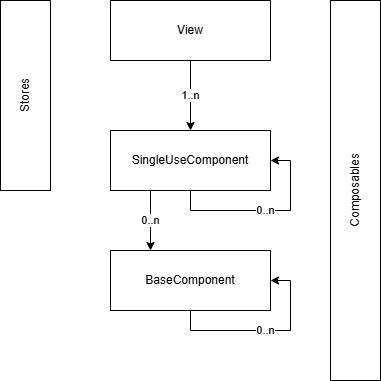
Above: docs/src/public/newFrontendArchitecture.drawio.png in it-at-m/Wahllokalsystem (draw.io), before the change. Source tidied: cells renumbered, new cells last; positions are measured from the earlier drawing's top-left corner, leaving out a move shared by most shapes.
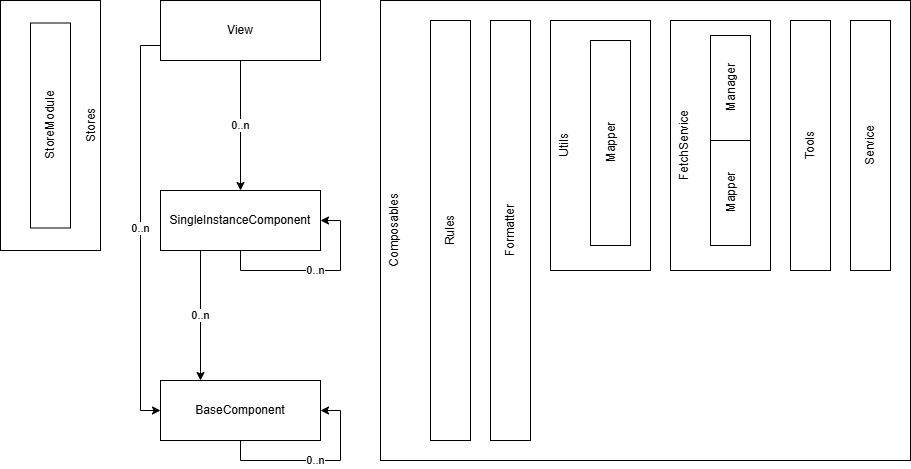
The same diagram one commit later.

What changed in the source:
```diff
@@ -2,35 +2,73 @@
   <root>
     <mxCell id="0" />
     <mxCell id="1" parent="0" />
+    <mxCell id="3" value="Stores" style="rounded=0;whiteSpace=wrap;html=1;horizontal=0;align=center;verticalAlign=bottom;" parent="1" vertex="1">
+      <mxGeometry x="-70" y="-210" width="100" height="250" as="geometry" />
+    </mxCell>
+    <mxCell id="12" value="StoreModule" style="rounded=0;whiteSpace=wrap;html=1;direction=west;align=center;verticalAlign=middle;horizontal=0;" parent="3" vertex="1">
+      <mxGeometry x="30" y="22.5" width="40" height="205" as="geometry" />
+    </mxCell>
+    <mxCell id="13" style="group;" parent="1" vertex="1">
+      <mxGeometry x="90" y="-150" width="160" height="310" as="geometry" />
+    </mxCell>
+    <mxCell id="14" value="SingleInstanceComponent" style="rounded=0;whiteSpace=wrap;html=1;" parent="13" vertex="1">
+      <mxGeometry y="130" width="160" height="60" as="geometry" />
+    </mxCell>
+    <mxCell id="15" value="0..n" style="edgeStyle=orthogonalEdgeStyle;rounded=0;orthogonalLoop=1;jettySize=auto;html=1;exitX=0.5;exitY=1;exitDx=0;exitDy=0;entryX=1;entryY=0.5;entryDx=0;entryDy=0;" parent="13" edge="1" source="14" target="14">
+      <mxGeometry relative="1" as="geometry" />
+    </mxCell>
-    <mxCell id="2" value="Composables" style="rounded=0;whiteSpace=wrap;html=1;direction=west;align=center;verticalAlign=middle;horizontal=0;" parent="1" vertex="1">
-      <mxGeometry x="330" width="50" height="380" as="geometry" />
+    <mxCell id="2" value="&lt;span style=&quot;text-align: left;&quot;&gt;Composables&lt;/span&gt;" style="rounded=0;whiteSpace=wrap;html=1;horizontal=0;align=center;verticalAlign=top;" parent="1" vertex="1">
+      <mxGeometry x="310" y="-210" width="530" height="460" as="geometry" />
     </mxCell>
-    <mxCell id="3" value="Stores" style="rounded=0;whiteSpace=wrap;html=1;horizontal=0;" parent="1" vertex="1">
-      <mxGeometry width="50" height="190" as="geometry" />
-    </mxCell>
-    <mxCell id="4" style="group;" parent="1" vertex="1">
-      <mxGeometry x="110" width="160" height="310" as="geometry" />
-    </mxCell>
-    <mxCell id="5" value="1..n" style="edgeStyle=orthogonalEdgeStyle;rounded=0;jettySize=auto;html=1;exitX=0.5;exitY=1;exitDx=0;exitDy=0;entryX=0.5;entryY=0;entryDx=0;entryDy=0;" parent="4" edge="1" source="6" target="8">
-      <mxGeometry relative="1" as="geometry" />
-    </mxCell>
-    <mxCell id="6" value="View" style="rounded=0;whiteSpace=wrap;html=1;" parent="4" vertex="1">
-      <mxGeometry width="160" height="60" as="geometry" />
-    </mxCell>
-    <mxCell id="7" value="0..n" style="edgeStyle=orthogonalEdgeStyle;rounded=0;jettySize=auto;html=1;exitX=0.25;exitY=1;exitDx=0;exitDy=0;entryX=0.25;entryY=0;entryDx=0;entryDy=0;" parent="4" edge="1" source="8" target="10">
-      <mxGeometry relative="1" as="geometry" />
-    </mxCell>
-    <mxCell id="8" value="SingleUseComponent" style="rounded=0;whiteSpace=wrap;html=1;" parent="4" vertex="1">
-      <mxGeometry y="130" width="160" height="60" as="geometry" />
-    </mxCell>
-    <mxCell id="9" value="0..n" style="edgeStyle=orthogonalEdgeStyle;rounded=0;orthogonalLoop=1;jettySize=auto;html=1;exitX=0.5;exitY=1;exitDx=0;exitDy=0;entryX=1;entryY=0.5;entryDx=0;entryDy=0;" parent="4" edge="1" source="8" target="8">
-      <mxGeometry relative="1" as="geometry" />
-    </mxCell>
+    <mxCell id="16" value="Rules" style="rounded=0;whiteSpace=wrap;html=1;direction=west;align=center;verticalAlign=middle;horizontal=0;" parent="2" vertex="1">
+      <mxGeometry x="50" y="20" width="40" height="420" as="geometry" />
+    </mxCell>
+    <mxCell id="17" value="Formatter" style="rounded=0;whiteSpace=wrap;html=1;direction=west;align=center;verticalAlign=middle;horizontal=0;" parent="2" vertex="1">
+      <mxGeometry x="110" y="20" width="40" height="420" as="geometry" />
+    </mxCell>
+    <mxCell id="18" value="Utils" style="rounded=0;whiteSpace=wrap;html=1;horizontal=0;align=center;verticalAlign=top;" parent="2" vertex="1">
+      <mxGeometry x="170" y="20" width="100" height="250" as="geometry" />
+    </mxCell>
+    <mxCell id="19" value="Mapper" style="rounded=0;whiteSpace=wrap;html=1;direction=west;align=center;verticalAlign=middle;horizontal=0;" parent="18" vertex="1">
+      <mxGeometry x="40" y="20" width="40" height="205" as="geometry" />
+    </mxCell>
+    <mxCell id="20" value="Tools" style="rounded=0;whiteSpace=wrap;html=1;direction=west;align=center;verticalAlign=middle;horizontal=0;" parent="2" vertex="1">
+      <mxGeometry x="410" y="20" width="40" height="250" as="geometry" />
+    </mxCell>
+    <mxCell id="21" value="FetchService" style="rounded=0;whiteSpace=wrap;html=1;horizontal=0;align=center;verticalAlign=top;" parent="2" vertex="1">
+      <mxGeometry x="290" y="20" width="100" height="250" as="geometry" />
+    </mxCell>
+    <mxCell id="22" value="Mapper" style="rounded=0;whiteSpace=wrap;html=1;direction=west;align=center;verticalAlign=middle;horizontal=0;" parent="21" vertex="1">
+      <mxGeometry x="40" y="120" width="40" height="105" as="geometry" />
+    </mxCell>
+    <mxCell id="23" value="Manager" style="rounded=0;whiteSpace=wrap;html=1;direction=west;align=center;verticalAlign=middle;horizontal=0;" parent="21" vertex="1">
+      <mxGeometry x="40" y="15" width="40" height="105" as="geometry" />
+    </mxCell>
+    <mxCell id="24" value="Service" style="rounded=0;whiteSpace=wrap;html=1;direction=west;align=center;verticalAlign=middle;horizontal=0;" parent="2" vertex="1">
+      <mxGeometry x="470" y="20" width="40" height="250" as="geometry" />
+    </mxCell>
-    <mxCell id="10" value="BaseComponent" style="rounded=0;whiteSpace=wrap;html=1;" parent="4" vertex="1">
-      <mxGeometry y="250" width="160" height="60" as="geometry" />
+    <mxCell id="10" value="BaseComponent" style="rounded=0;whiteSpace=wrap;html=1;" parent="1" vertex="1">
+      <mxGeometry x="90" y="170" width="160" height="60" as="geometry" />
     </mxCell>
-    <mxCell id="11" value="0..n" style="edgeStyle=orthogonalEdgeStyle;rounded=0;orthogonalLoop=1;jettySize=auto;html=1;exitX=0.5;exitY=1;exitDx=0;exitDy=0;entryX=1;entryY=0.5;entryDx=0;entryDy=0;" parent="4" edge="1" source="10" target="10">
+    <mxCell id="11" value="0..n" style="edgeStyle=orthogonalEdgeStyle;rounded=0;orthogonalLoop=1;jettySize=auto;html=1;exitX=0.5;exitY=1;exitDx=0;exitDy=0;entryX=1;entryY=0.5;entryDx=0;entryDy=0;" parent="1" edge="1" source="10" target="10">
       <mxGeometry relative="1" as="geometry" />
     </mxCell>
+    <mxCell id="7" value="0..n" style="edgeStyle=orthogonalEdgeStyle;rounded=0;jettySize=auto;html=1;exitX=0.25;exitY=1;exitDx=0;exitDy=0;entryX=0.25;entryY=0;entryDx=0;entryDy=0;" parent="1" edge="1" source="14" target="10">
+      <mxGeometry relative="1" as="geometry" />
+    </mxCell>
+    <mxCell id="6" value="View" style="rounded=0;whiteSpace=wrap;html=1;" parent="1" vertex="1">
+      <mxGeometry x="90" y="-210" width="160" height="60" as="geometry" />
+    </mxCell>
+    <mxCell id="25" value="0..n" style="edgeStyle=orthogonalEdgeStyle;rounded=0;jettySize=auto;html=1;exitX=0.5;exitY=1;exitDx=0;exitDy=0;entryX=0.5;entryY=0;entryDx=0;entryDy=0;" parent="1" edge="1" source="6" target="14">
+      <mxGeometry relative="1" as="geometry" />
+    </mxCell>
+    <mxCell id="26" value="0..n" style="edgeStyle=orthogonalEdgeStyle;rounded=0;jettySize=auto;html=1;exitX=0;exitY=0.75;exitDx=0;exitDy=0;entryX=0;entryY=0.5;entryDx=0;entryDy=0;" parent="1" edge="1" source="6" target="10">
+      <mxGeometry relative="1" as="geometry">
+        <Array as="points">
+          <mxPoint x="70" y="-165" />
+          <mxPoint x="70" y="200" />
+        </Array>
+      </mxGeometry>
+    </mxCell>
   </root>
 </mxGraphModel>
```
